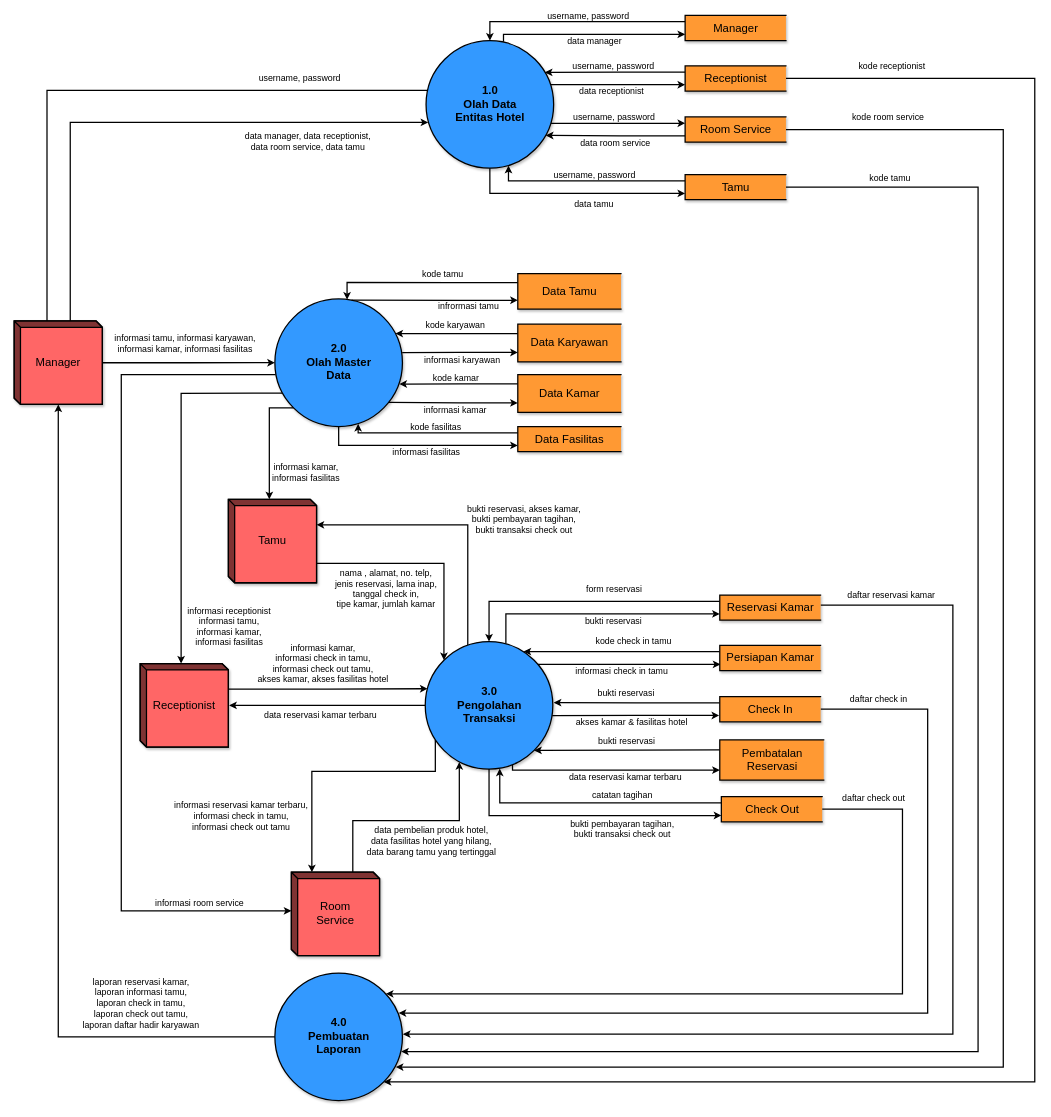
trueazp/System-Design-Analysis keeps this draw.io diagram as page "DFD LVL 1 - NEW" (3 of 12) of Sistem Pemesanan Kamar Hotel - Data Flow Diagram.drawio. Above is the earlier version. Source tidied: cells renumbered, new cells numbered last; positions are measured from the earlier drawing's top-left corner, leaving out a move shared by most shapes. Both pictures are drawn from the tidied source at 63%, with x=0, y=0 at pixel (14, 15).
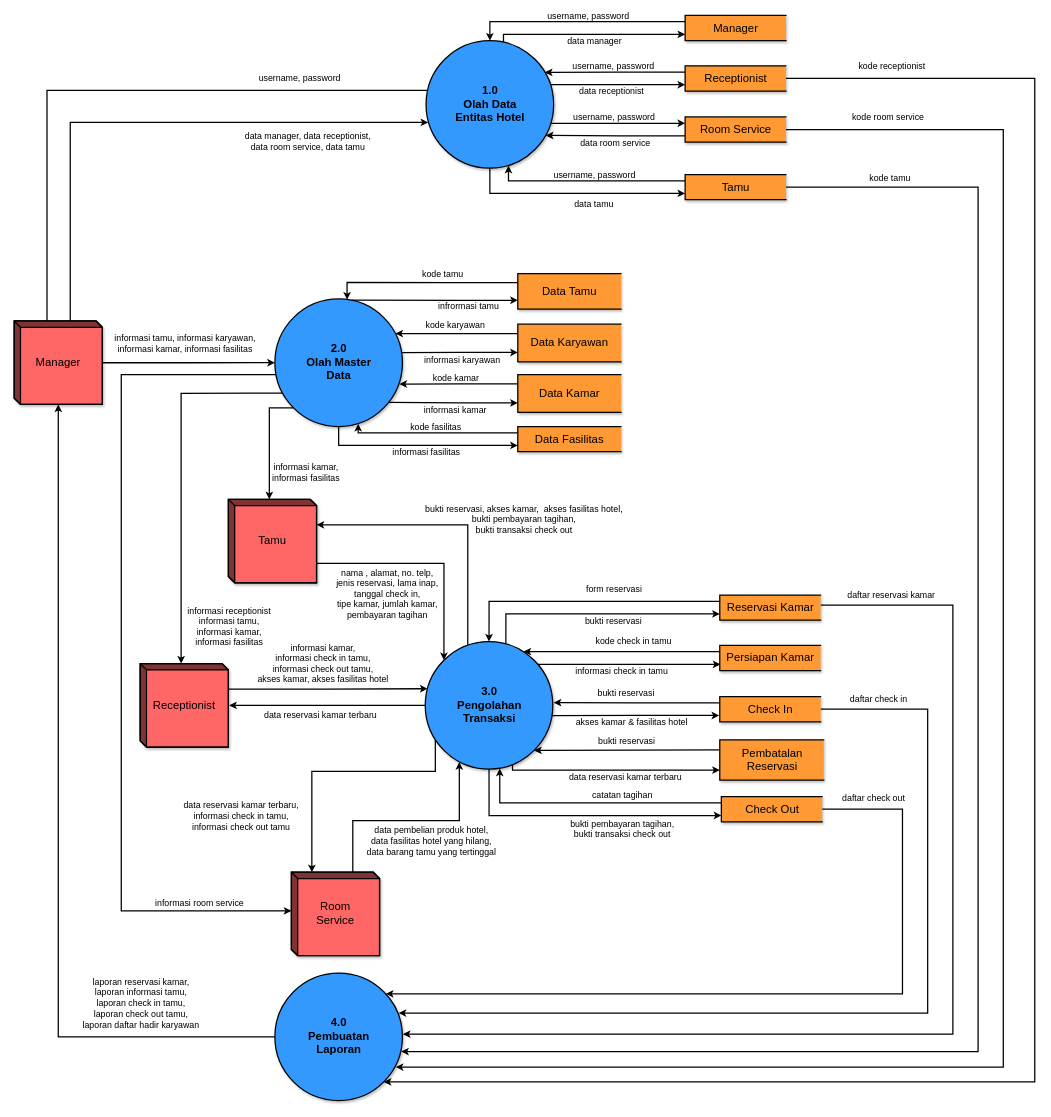
The same diagram, later.

The change refers to these unchanged cells:
```xml
<mxCell id="17" style="edgeStyle=orthogonalEdgeStyle;rounded=0;jettySize=auto;html=1;exitX=0;exitY=0;exitDx=140;exitDy=101.875;exitPerimeter=0;entryX=0;entryY=0;entryDx=0;entryDy=0;fontSize=14;endArrow=classic;endFill=1;strokeWidth=2;labelBackgroundColor=none;" parent="1" edge="1" source="21" target="81">
  <mxGeometry relative="1" as="geometry">
    <Array as="points">
      <mxPoint x="682" y="870" />
    </Array>
  </mxGeometry>
</mxCell>
<mxCell id="19" style="edgeStyle=orthogonalEdgeStyle;rounded=0;jettySize=auto;html=1;exitX=0;exitY=0;exitDx=140;exitDy=40.625;exitPerimeter=0;fontSize=14;endArrow=none;endFill=0;strokeWidth=2;startArrow=classic;startFill=1;labelBackgroundColor=none;" parent="1" edge="1" source="21" target="81">
  <mxGeometry relative="1" as="geometry">
    <Array as="points">
      <mxPoint x="720" y="809" />
    </Array>
  </mxGeometry>
</mxCell>
<mxCell id="71" style="edgeStyle=orthogonalEdgeStyle;rounded=0;jettySize=auto;html=1;exitX=0;exitY=0;exitDx=32.5;exitDy=0;exitPerimeter=0;entryX=0.079;entryY=0.772;entryDx=0;entryDy=0;entryPerimeter=0;fontSize=14;startArrow=classic;startFill=1;endArrow=none;endFill=0;strokeWidth=2;labelBackgroundColor=none;" parent="1" edge="1" source="75" target="81">
  <mxGeometry relative="1" as="geometry">
    <Array as="points">
      <mxPoint x="472" y="1200" />
      <mxPoint x="669" y="1200" />
    </Array>
  </mxGeometry>
</mxCell>
```

What changed in the source:
```diff
@@
-    <mxCell id="18" value="&lt;div&gt;nama , alamat, no. telp, &lt;br&gt;&lt;/div&gt;&lt;div&gt;jenis reservasi, lama inap, &lt;br&gt;&lt;/div&gt;&lt;div&gt;tanggal check in, &lt;/div&gt;tipe kamar, jumlah kamar" style="edgeLabel;html=1;align=center;verticalAlign=middle;fontSize=14;labelBackgroundColor=none;" parent="17" vertex="1">
+    <mxCell id="18" value="&lt;div&gt;nama , alamat, no. telp, &lt;br&gt;&lt;/div&gt;&lt;div&gt;jenis reservasi, lama inap, &lt;br&gt;&lt;/div&gt;&lt;div&gt;tanggal check in, &lt;/div&gt;&lt;div&gt;tipe kamar, jumlah kamar, &lt;br&gt;&lt;/div&gt;&lt;div&gt;pembayaran tagihan&lt;/div&gt;" style="edgeLabel;html=1;align=center;verticalAlign=middle;fontSize=14;labelBackgroundColor=none;" parent="17" vertex="1">
       <mxGeometry x="-0.32" y="-2" relative="1" as="geometry">
-        <mxPoint x="-11" y="38" as="offset" />
+        <mxPoint x="-9" y="46" as="offset" />
       </mxGeometry>
     </mxCell>
@@
-    <mxCell id="20" value="&lt;div&gt;bukti reservasi, akses kamar, &lt;br&gt;&lt;/div&gt;&lt;div&gt;bukti pembayaran tagihan, &lt;br&gt;&lt;/div&gt;&lt;div&gt;bukti transaksi check out&lt;/div&gt;" style="edgeLabel;html=1;align=center;verticalAlign=middle;fontSize=14;labelBackgroundColor=none;" parent="19" vertex="1">
+    <mxCell id="20" value="&lt;div&gt;bukti reservasi, akses kamar,&amp;nbsp; akses fasilitas hotel, &lt;br&gt;&lt;/div&gt;&lt;div&gt;bukti pembayaran tagihan, &lt;br&gt;&lt;/div&gt;&lt;div&gt;bukti transaksi check out&lt;/div&gt;" style="edgeLabel;html=1;align=center;verticalAlign=middle;fontSize=14;labelBackgroundColor=none;" parent="19" vertex="1">
       <mxGeometry x="-0.15" y="2" relative="1" as="geometry">
         <mxPoint x="146" y="-7" as="offset" />
       </mxGeometry>
     </mxCell>
@@
-    <mxCell id="72" value="&lt;div&gt;informasi reservasi kamar terbaru, &lt;br&gt;&lt;div&gt;informasi check in tamu, &lt;br&gt;&lt;/div&gt;informasi check out tamu&lt;/div&gt;" style="edgeLabel;html=1;align=center;verticalAlign=middle;fontSize=14;labelBackgroundColor=none;" parent="71" vertex="1">
+    <mxCell id="72" value="&lt;div&gt;data reservasi kamar terbaru, &lt;br&gt;&lt;div&gt;informasi check in tamu, &lt;br&gt;&lt;/div&gt;informasi check out tamu&lt;/div&gt;" style="edgeLabel;html=1;align=center;verticalAlign=middle;fontSize=14;labelBackgroundColor=none;" parent="71" vertex="1">
       <mxGeometry x="0.13" y="2" relative="1" as="geometry">
         <mxPoint x="-182" y="72" as="offset" />
       </mxGeometry>
     </mxCell>
```
